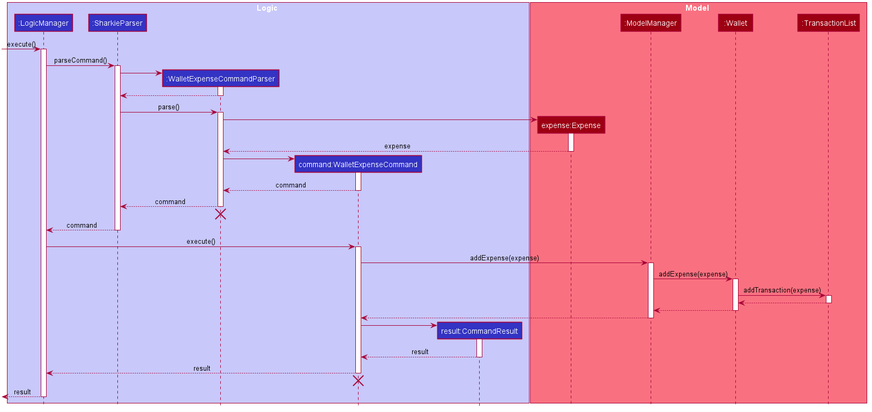
Earlier version of the PlantUML export docs/images/ExpenseSequenceDiagram.png (syinyichen/main).
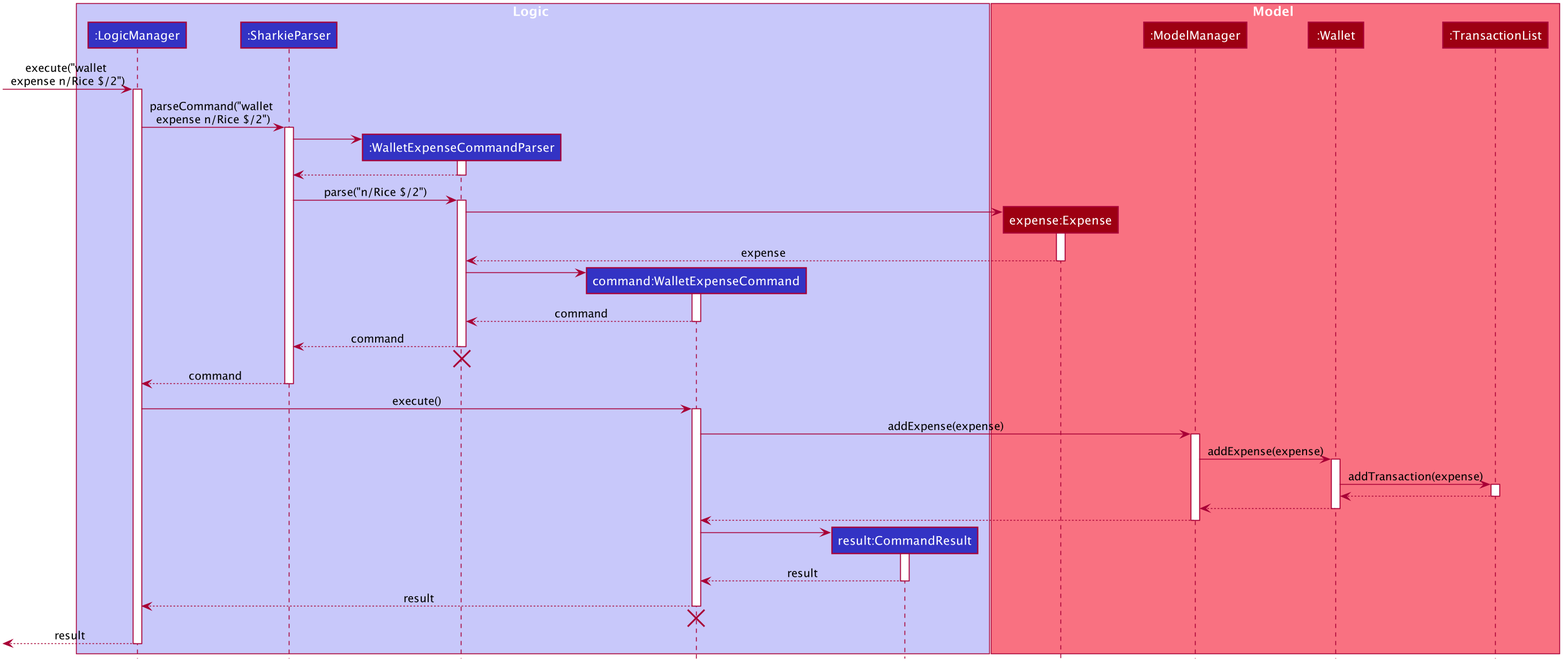
Later version of the same file.

What changed in the source:
```diff
@@ -65,10 +65,10 @@
 participant ":TransactionList" as TransactionList #9D0012
 end box
 
-[-> Logic : execute()
+[-> Logic : execute("wallet \nexpense n/Rice $/2")
 activate Logic
 
-Logic -> SharkieParser : parseCommand()
+Logic -> SharkieParser : parseCommand("wallet \nexpense n/Rice $/2")
 activate SharkieParser
 
 create WalletExpenseCommandParser
@@ -78,7 +78,7 @@
 WalletExpenseCommandParser --> SharkieParser
 deactivate WalletExpenseCommandParser
 
-SharkieParser -> WalletExpenseCommandParser : parse()
+SharkieParser -> WalletExpenseCommandParser : parse("n/Rice $/2")
 activate WalletExpenseCommandParser
 
 
```
